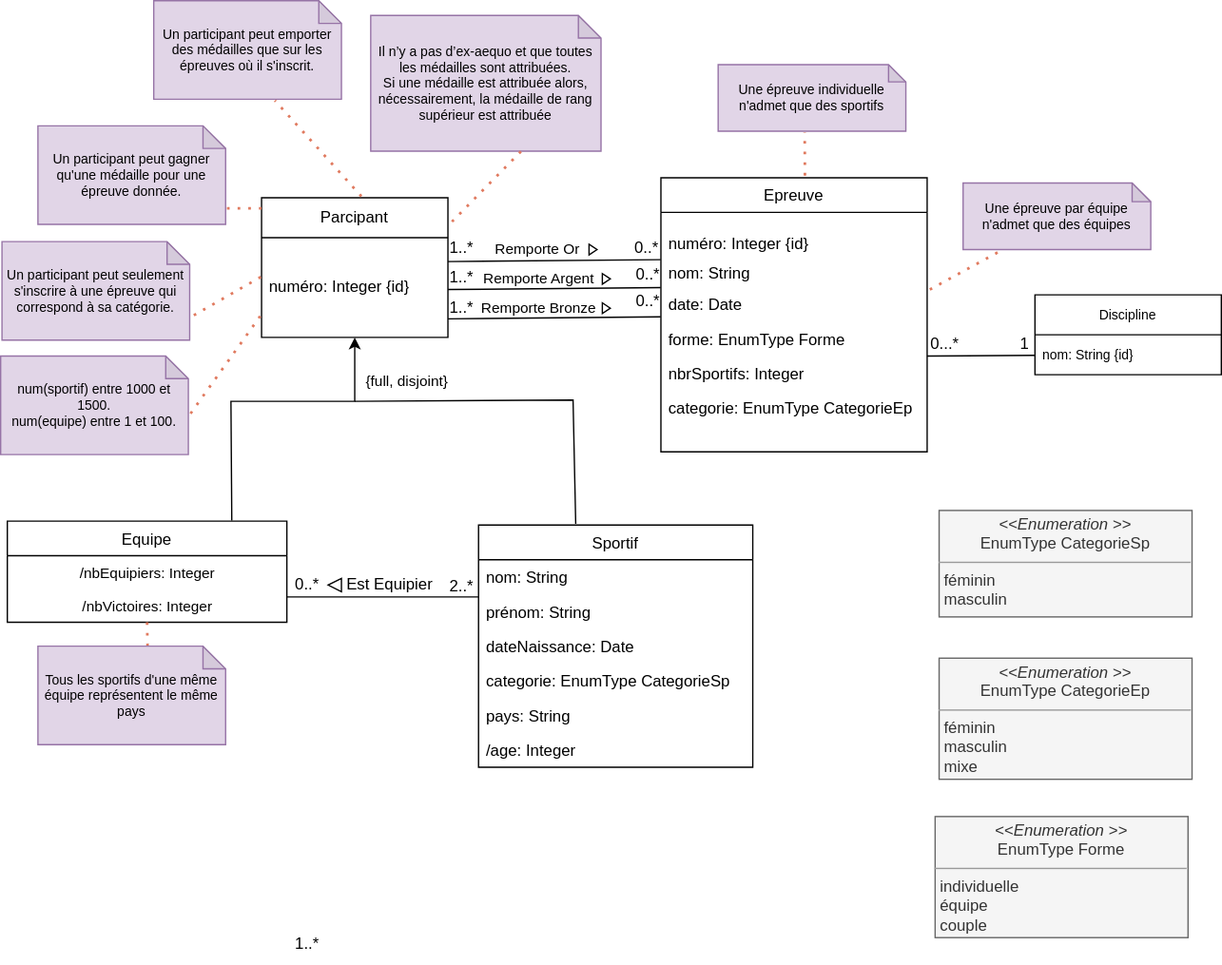
Before: UML.svg, a diagram exported from draw.io (AEtheve/CEBD-PROJET-JO). Source tidied: cells renumbered, new cells last; positions are measured from the earlier drawing's top-left corner, leaving out a move shared by most shapes.
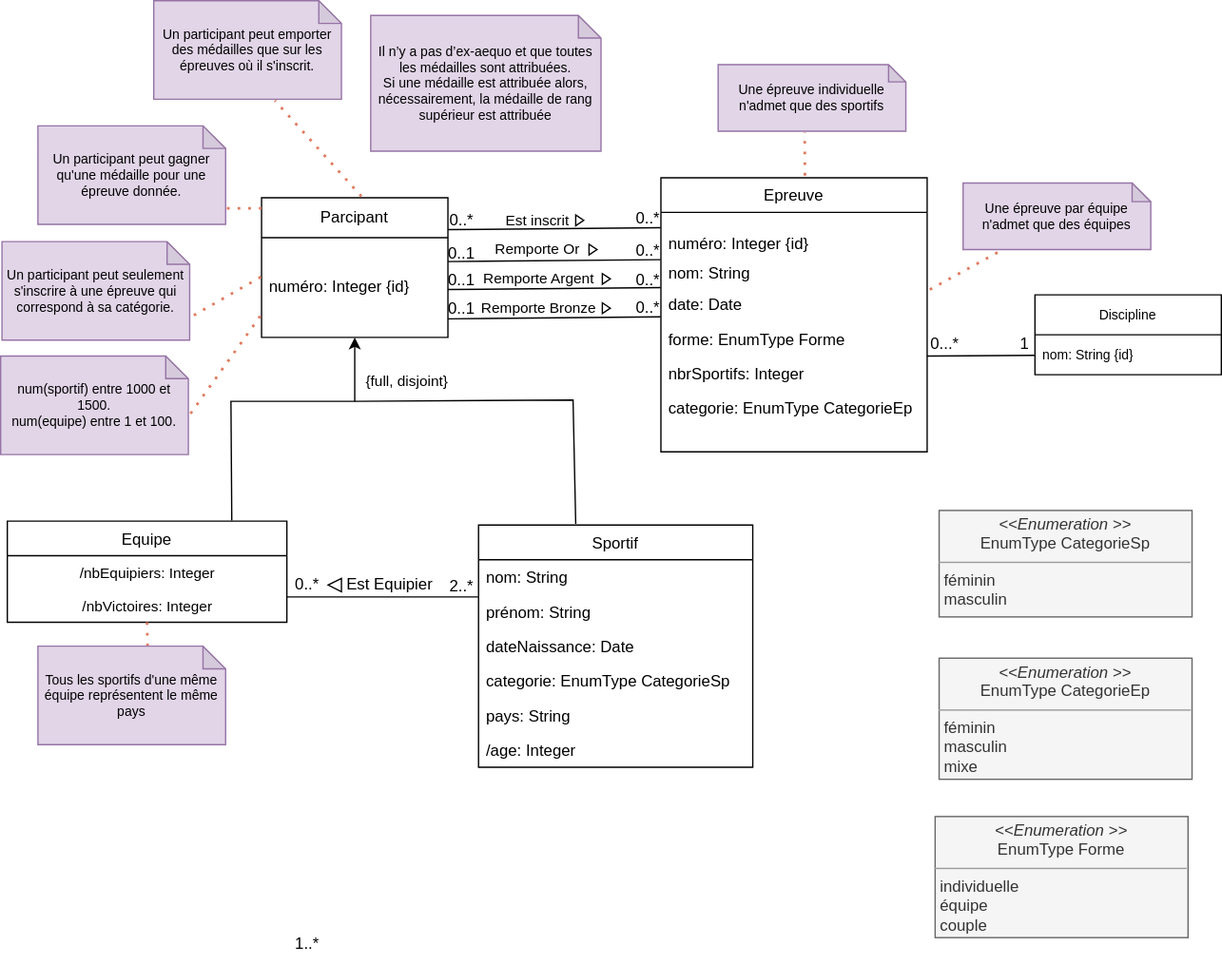
The same diagram one commit later.

Diff of the diagram source:
```diff
@@ -210,12 +210,6 @@
         <mxPoint x="604" y="99" as="targetPoint" />
       </mxGeometry>
     </mxCell>
-    <mxCell id="61" style="endArrow=none;dashed=1;html=1;dashPattern=1 3;strokeWidth=2;rounded=0;strokeColor=#E07A5F;fontColor=#393C56;fillColor=#F2CC8F;" parent="1" edge="1">
-      <mxGeometry relative="1" as="geometry">
-        <mxPoint x="339" y="166" as="sourcePoint" />
-        <mxPoint x="393" y="111" as="targetPoint" />
-      </mxGeometry>
-    </mxCell>
     <mxCell id="62" style="endArrow=none;dashed=1;html=1;dashPattern=1 3;strokeWidth=2;rounded=0;strokeColor=#E07A5F;fontColor=#393C56;fillColor=#F2CC8F;" parent="1" edge="1">
       <mxGeometry relative="1" as="geometry">
         <mxPoint x="271" y="147" as="sourcePoint" />
@@ -239,23 +233,44 @@
     <mxCell id="66" style="endArrow=none;dashed=1;html=1;dashPattern=1 3;strokeWidth=2;rounded=0;strokeColor=#E07A5F;fontColor=#393C56;fillColor=#F2CC8F;entryX=0.584;entryY=-0.006;entryDx=0;entryDy=0;entryPerimeter=0;exitX=0.5;exitY=1;exitDx=0;exitDy=0;" parent="1" edge="1" source="7" target="56">
       <mxGeometry relative="1" as="geometry" />
     </mxCell>
-    <mxCell id="67" value="1..*" style="text;html=1;align=center;verticalAlign=middle;strokeColor=none;fillColor=none;" parent="1" vertex="1">
-      <mxGeometry x="328" y="172.5" width="36" height="26" as="geometry" />
+    <mxCell id="67" value="0..1" style="text;html=1;align=center;verticalAlign=middle;strokeColor=none;fillColor=none;" parent="1" vertex="1">
+      <mxGeometry x="327" y="176.5" width="38" height="26" as="geometry" />
     </mxCell>
     <mxCell id="68" value="0..*" style="text;html=1;align=center;verticalAlign=middle;strokeColor=none;fillColor=none;" parent="1" vertex="1">
-      <mxGeometry x="465" y="170.5" width="40" height="30" as="geometry" />
+      <mxGeometry x="466" y="173" width="40" height="30" as="geometry" />
     </mxCell>
-    <mxCell id="69" value="1..*" style="text;html=1;align=center;verticalAlign=middle;strokeColor=none;fillColor=none;" parent="1" vertex="1">
-      <mxGeometry x="328" y="194.5" width="36" height="26" as="geometry" />
+    <mxCell id="69" value="0..1" style="text;html=1;align=center;verticalAlign=middle;strokeColor=none;fillColor=none;" parent="1" vertex="1">
+      <mxGeometry x="327" y="196.5" width="38" height="26" as="geometry" />
     </mxCell>
-    <mxCell id="70" value="1..*" style="text;html=1;align=center;verticalAlign=middle;strokeColor=none;fillColor=none;" parent="1" vertex="1">
-      <mxGeometry x="328" y="217.5" width="36" height="26" as="geometry" />
+    <mxCell id="70" value="0..1" style="text;html=1;align=center;verticalAlign=middle;strokeColor=none;fillColor=none;" parent="1" vertex="1">
+      <mxGeometry x="327" y="218.5" width="38" height="26" as="geometry" />
     </mxCell>
     <mxCell id="71" value="0..*" style="text;html=1;align=center;verticalAlign=middle;strokeColor=none;fillColor=none;" parent="1" vertex="1">
-      <mxGeometry x="466" y="190.5" width="40" height="30" as="geometry" />
+      <mxGeometry x="466" y="194.5" width="40" height="30" as="geometry" />
     </mxCell>
     <mxCell id="72" value="0..*" style="text;html=1;align=center;verticalAlign=middle;strokeColor=none;fillColor=none;" parent="1" vertex="1">
-      <mxGeometry x="466" y="210.5" width="40" height="30" as="geometry" />
+      <mxGeometry x="466" y="215.5" width="40" height="30" as="geometry" />
     </mxCell>
+    <mxCell id="73" style="endArrow=none;html=1;rounded=0;fontSize=11;entryX=-0.001;entryY=0.367;entryDx=0;entryDy=0;entryPerimeter=0;" parent="1" edge="1">
+      <mxGeometry relative="1" as="geometry">
+        <mxPoint x="336" y="172" as="sourcePoint" />
+        <mxPoint x="495.8" y="170.5" as="targetPoint" />
+      </mxGeometry>
+    </mxCell>
+    <mxCell id="74" style="group;" parent="1" vertex="1">
+      <mxGeometry x="362" y="143" width="88" height="34" as="geometry" />
+    </mxCell>
+    <mxCell id="75" value="Est inscrit" style="text;html=1;align=center;verticalAlign=middle;strokeColor=none;fillColor=none;fontSize=11;" parent="74" vertex="1">
+      <mxGeometry x="8" y="9" width="66" height="25" as="geometry" />
+    </mxCell>
+    <mxCell id="76" style="triangle;whiteSpace=wrap;html=1;rotation=-180;direction=west;" parent="74" vertex="1">
+      <mxGeometry x="70" y="18" width="6" height="8" as="geometry" />
+    </mxCell>
+    <mxCell id="77" value="0..*" style="text;html=1;align=center;verticalAlign=middle;strokeColor=none;fillColor=none;" parent="1" vertex="1">
+      <mxGeometry x="466" y="149" width="40" height="30" as="geometry" />
+    </mxCell>
+    <mxCell id="78" value="0..*" style="text;html=1;align=center;verticalAlign=middle;strokeColor=none;fillColor=none;" parent="1" vertex="1">
+      <mxGeometry x="328" y="152" width="36" height="26" as="geometry" />
+    </mxCell>
   </root>
 </mxGraphModel>
```
